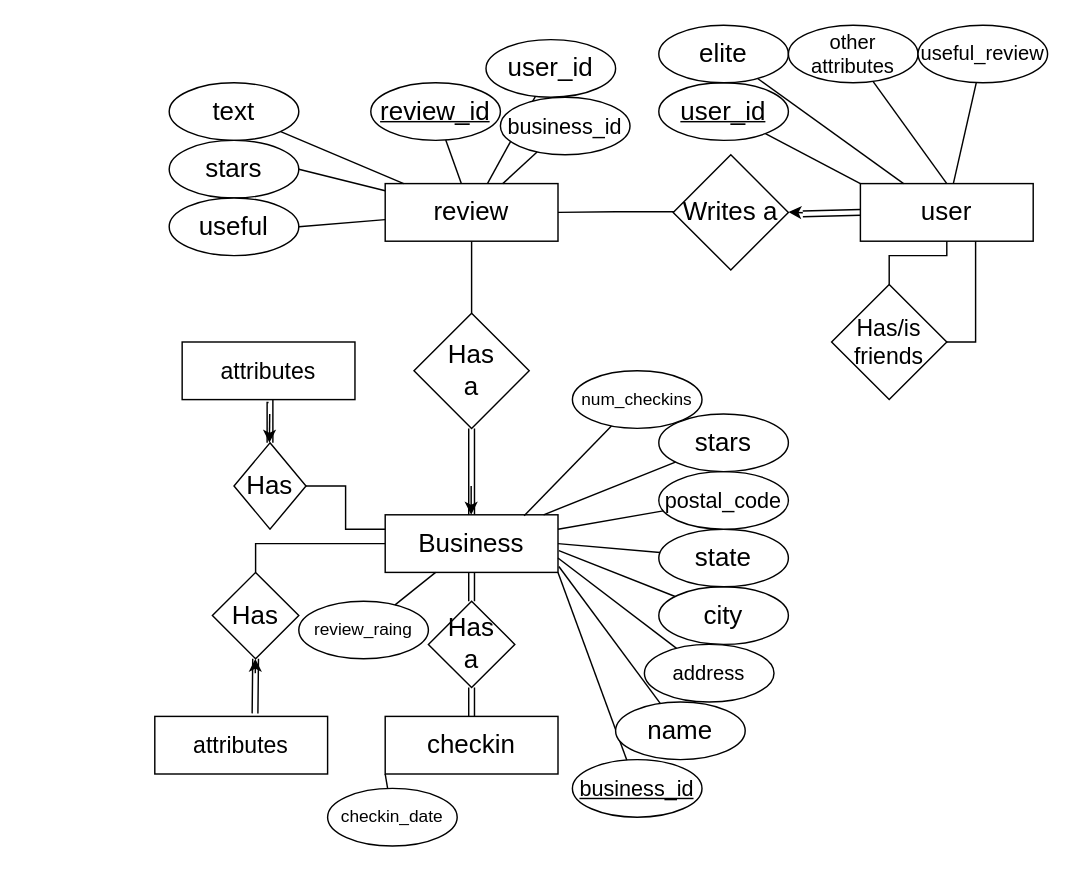
This is milestone2ER.drawio from IgorBCode/cv, a draw.io file, before an edit. Source tidied: cells renumbered, new cells numbered last; positions are measured from the earlier drawing's top-left corner, leaving out a move shared by most shapes. Both pictures are drawn from the tidied source at 144%, with x=0, y=0 at pixel (154, 24).
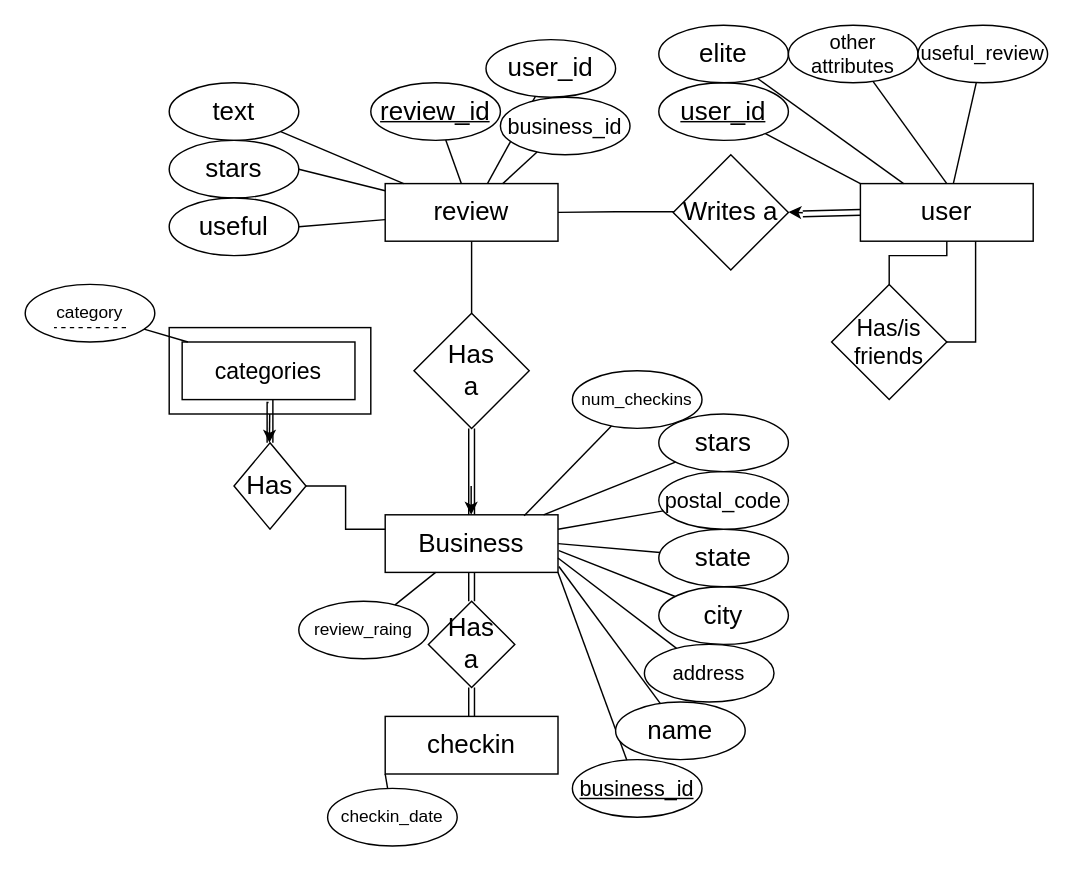
The same diagram, later.

The change refers to these unchanged cells:
```xml
<mxCell id="34" value="&lt;font style=&quot;font-size: 18px;&quot;&gt;Business&lt;/font&gt;" style="rounded=0;whiteSpace=wrap;html=1;" parent="1" vertex="1">
  <mxGeometry x="160" y="340" width="120" height="40" as="geometry" />
</mxCell>
```

What changed in the source:
```diff
@@
-    <mxCell id="33" style="edgeStyle=orthogonalEdgeStyle;rounded=0;jettySize=auto;html=1;exitX=0;exitY=0.5;exitDx=0;exitDy=0;entryX=0.5;entryY=0;entryDx=0;entryDy=0;endArrow=none;endFill=0;" parent="1" edge="1" source="34" target="61">
-      <mxGeometry relative="1" as="geometry" />
-    </mxCell>
@@
-    <mxCell id="61" value="&lt;div&gt;&lt;font style=&quot;font-size: 18px;&quot;&gt;Has&lt;/font&gt;&lt;/div&gt;" style="rhombus;whiteSpace=wrap;html=1;" parent="1" vertex="1">
-      <mxGeometry x="40" y="380" width="60" height="60" as="geometry" />
-    </mxCell>
-    <mxCell id="62" value="&lt;font style=&quot;font-size: 16px;&quot;&gt;attributes&lt;/font&gt;" style="rounded=0;whiteSpace=wrap;html=1;" parent="1" vertex="1">
-      <mxGeometry y="480" width="120" height="40" as="geometry" />
-    </mxCell>
-    <mxCell id="63" style="edgeStyle=orthogonalEdgeStyle;rounded=0;jettySize=auto;html=1;exitX=0.5;exitY=1;exitDx=0;exitDy=0;entryX=0.58;entryY=-0.052;entryDx=0;entryDy=0;entryPerimeter=0;endArrow=none;endFill=0;shape=link;" parent="1" edge="1" source="61" target="62">
-      <mxGeometry relative="1" as="geometry" />
-    </mxCell>
-    <mxCell id="64" style="endArrow=classic;html=1;rounded=0;" parent="1" edge="1">
-      <mxGeometry relative="1" as="geometry">
-        <mxPoint x="69.8" y="450" as="sourcePoint" />
-        <mxPoint x="69.8" y="440" as="targetPoint" />
-      </mxGeometry>
-    </mxCell>
@@
-    <mxCell id="66" value="&lt;font style=&quot;font-size: 16px;&quot;&gt;attributes&lt;/font&gt;" style="rounded=0;whiteSpace=wrap;html=1;" parent="1" vertex="1">
+    <mxCell id="66" value="&lt;font style=&quot;font-size: 16px;&quot;&gt;categories&lt;/font&gt;" style="rounded=0;whiteSpace=wrap;html=1;" parent="1" vertex="1">
       <mxGeometry x="19" y="220" width="120" height="40" as="geometry" />
     </mxCell>
@@
+    <mxCell id="70" value="category" style="ellipse;whiteSpace=wrap;html=1;" parent="1" vertex="1">
+      <mxGeometry x="-90" y="180" width="90" height="40" as="geometry" />
+    </mxCell>
+    <mxCell id="71" style="endArrow=none;html=1;rounded=0;" parent="1" edge="1" source="70">
+      <mxGeometry relative="1" as="geometry">
+        <mxPoint x="23" y="220" as="targetPoint" />
+      </mxGeometry>
+    </mxCell>
+    <mxCell id="72" style="endArrow=none;dashed=1;html=1;rounded=0;" parent="1" edge="1">
+      <mxGeometry relative="1" as="geometry">
+        <mxPoint x="-20" y="210" as="sourcePoint" />
+        <mxPoint x="-70" y="210" as="targetPoint" />
+      </mxGeometry>
+    </mxCell>
+    <mxCell id="73" style="rounded=0;whiteSpace=wrap;html=1;fillColor=none;" parent="1" vertex="1">
+      <mxGeometry x="10" y="210" width="140" height="60" as="geometry" />
+    </mxCell>
```
